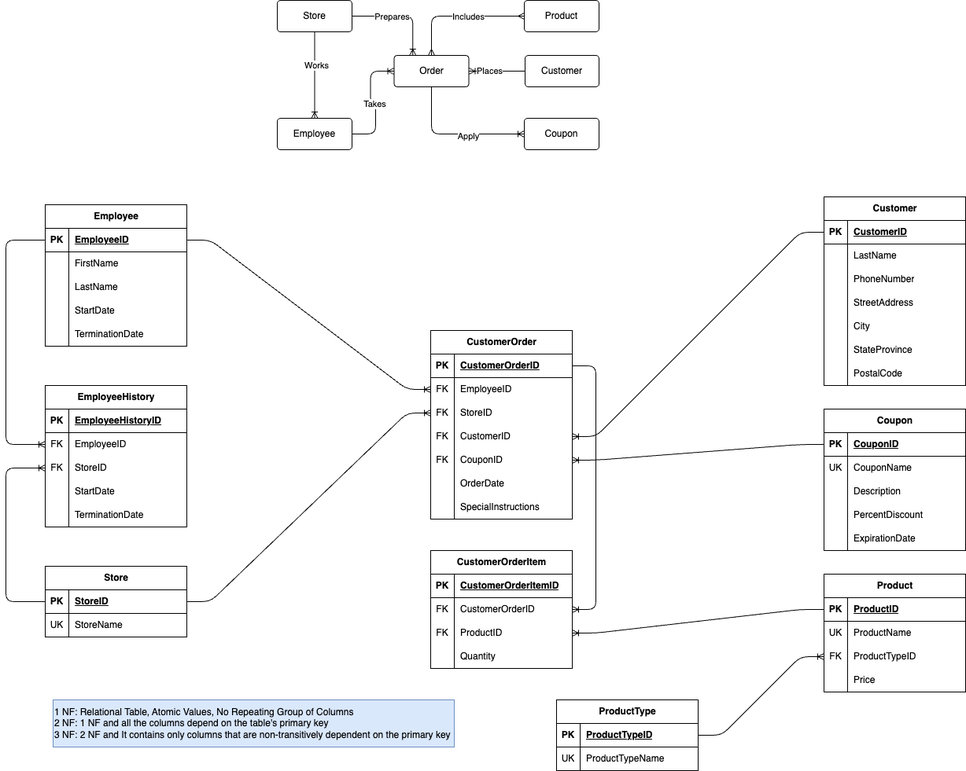
Above: DBMS_Design/Relational Database Design/ER-Diagram_PizzaStore.png in shahan360/SQL-Codes (draw.io), before the change. Source tidied: cells renumbered, new cells last; positions are measured from the earlier drawing's top-left corner, leaving out a move shared by most shapes.
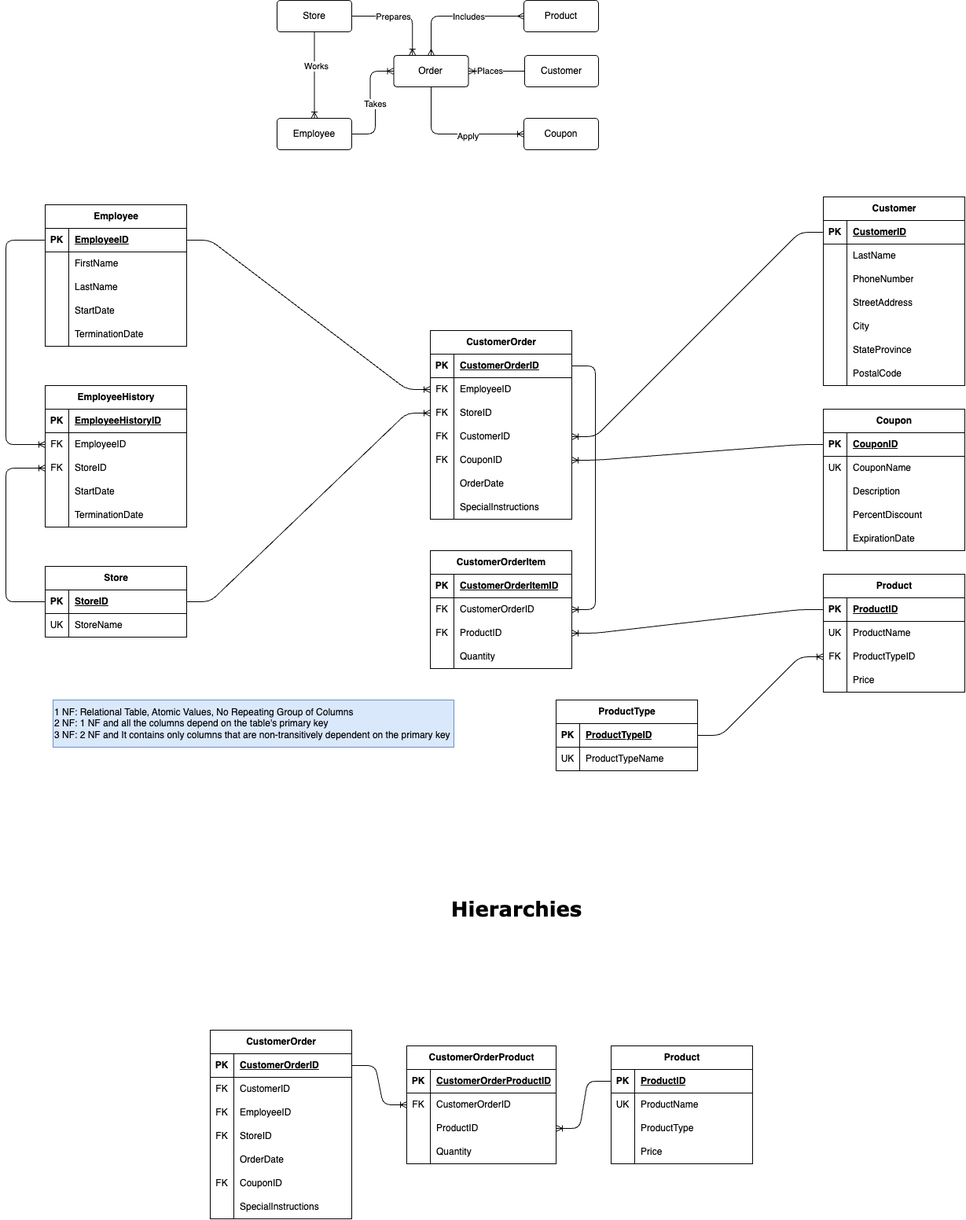
After the change.

The edit, as a diff of the source:
```diff
@@ -501,5 +501,161 @@
     <mxCell id="161" style="edgeStyle=entityRelationEdgeStyle;fontSize=12;html=1;endArrow=ERoneToMany;entryX=0;entryY=0.5;entryDx=0;entryDy=0;exitX=1;exitY=0.5;exitDx=0;exitDy=0;" parent="1" edge="1" source="155" target="92">
       <mxGeometry relative="1" as="geometry" />
     </mxCell>
+    <mxCell id="162" style="group;" parent="1" vertex="1">
+      <mxGeometry x="260" y="1310" width="690" height="240" as="geometry" />
+    </mxCell>
+    <mxCell id="163" value="CustomerOrder" style="shape=table;startSize=30;rowLines=0;fontStyle=1;align=center;html=1;" parent="162" vertex="1">
+      <mxGeometry width="180" height="240" as="geometry" />
+    </mxCell>
+    <mxCell id="164" style="shape=tableRow;horizontal=0;startSize=0;swimlaneHead=0;swimlaneBody=0;fillColor=none;points=[[0,0.5],[1,0.5]];portConstraint=eastwest;top=0;left=0;right=0;bottom=1;" parent="163" vertex="1">
+      <mxGeometry y="30" width="180" height="30" as="geometry" />
+    </mxCell>
+    <mxCell id="165" value="PK" style="shape=partialRectangle;fillColor=none;top=0;left=0;bottom=0;right=0;fontStyle=1;overflow=hidden;whiteSpace=wrap;html=1;" parent="164" vertex="1">
+      <mxGeometry width="30" height="30" as="geometry" />
+    </mxCell>
+    <mxCell id="166" value="CustomerOrderID" style="shape=partialRectangle;fillColor=none;top=0;left=0;bottom=0;right=0;align=left;spacingLeft=6;fontStyle=5;overflow=hidden;whiteSpace=wrap;html=1;" parent="164" vertex="1">
+      <mxGeometry x="30" width="150" height="30" as="geometry" />
+    </mxCell>
+    <mxCell id="167" style="shape=tableRow;horizontal=0;startSize=0;swimlaneHead=0;swimlaneBody=0;fillColor=none;top=0;left=0;right=0;bottom=0;" parent="163" vertex="1">
+      <mxGeometry y="60" width="180" height="30" as="geometry" />
+    </mxCell>
+    <mxCell id="168" value="FK" style="shape=partialRectangle;fillColor=none;top=0;left=0;bottom=0;right=0;overflow=hidden;whiteSpace=wrap;html=1;" parent="167" vertex="1">
+      <mxGeometry width="30" height="30" as="geometry" />
+    </mxCell>
+    <mxCell id="169" value="CustomerID" style="shape=partialRectangle;fillColor=none;top=0;left=0;bottom=0;right=0;align=left;spacingLeft=6;overflow=hidden;whiteSpace=wrap;html=1;" parent="167" vertex="1">
+      <mxGeometry x="30" width="150" height="30" as="geometry" />
+    </mxCell>
+    <mxCell id="170" style="shape=tableRow;horizontal=0;startSize=0;swimlaneHead=0;swimlaneBody=0;fillColor=none;top=0;left=0;right=0;bottom=0;" parent="163" vertex="1">
+      <mxGeometry y="90" width="180" height="30" as="geometry" />
+    </mxCell>
+    <mxCell id="171" value="FK" style="shape=partialRectangle;fillColor=none;top=0;left=0;bottom=0;right=0;overflow=hidden;whiteSpace=wrap;html=1;" parent="170" vertex="1">
+      <mxGeometry width="30" height="30" as="geometry" />
+    </mxCell>
+    <mxCell id="172" value="EmployeeID" style="shape=partialRectangle;fillColor=none;top=0;left=0;bottom=0;right=0;align=left;spacingLeft=6;overflow=hidden;whiteSpace=wrap;html=1;" parent="170" vertex="1">
+      <mxGeometry x="30" width="150" height="30" as="geometry" />
+    </mxCell>
+    <mxCell id="173" style="shape=tableRow;horizontal=0;startSize=0;swimlaneHead=0;swimlaneBody=0;fillColor=none;top=0;left=0;right=0;bottom=0;" parent="163" vertex="1">
+      <mxGeometry y="120" width="180" height="30" as="geometry" />
+    </mxCell>
+    <mxCell id="174" value="FK" style="shape=partialRectangle;fillColor=none;top=0;left=0;bottom=0;right=0;overflow=hidden;whiteSpace=wrap;html=1;" parent="173" vertex="1">
+      <mxGeometry width="30" height="30" as="geometry" />
+    </mxCell>
+    <mxCell id="175" value="StoreID" style="shape=partialRectangle;fillColor=none;top=0;left=0;bottom=0;right=0;align=left;spacingLeft=6;overflow=hidden;whiteSpace=wrap;html=1;" parent="173" vertex="1">
+      <mxGeometry x="30" width="150" height="30" as="geometry" />
+    </mxCell>
+    <mxCell id="176" style="shape=tableRow;horizontal=0;startSize=0;swimlaneHead=0;swimlaneBody=0;fillColor=none;top=0;left=0;right=0;bottom=0;" parent="163" vertex="1">
+      <mxGeometry y="150" width="180" height="30" as="geometry" />
+    </mxCell>
+    <mxCell id="177" style="shape=partialRectangle;fillColor=none;top=0;left=0;bottom=0;right=0;overflow=hidden;whiteSpace=wrap;html=1;" parent="176" vertex="1">
+      <mxGeometry width="30" height="30" as="geometry" />
+    </mxCell>
+    <mxCell id="178" value="OrderDate" style="shape=partialRectangle;fillColor=none;top=0;left=0;bottom=0;right=0;align=left;spacingLeft=6;overflow=hidden;whiteSpace=wrap;html=1;" parent="176" vertex="1">
+      <mxGeometry x="30" width="150" height="30" as="geometry" />
+    </mxCell>
+    <mxCell id="179" style="shape=tableRow;horizontal=0;startSize=0;swimlaneHead=0;swimlaneBody=0;fillColor=none;top=0;left=0;right=0;bottom=0;" parent="163" vertex="1">
+      <mxGeometry y="180" width="180" height="30" as="geometry" />
+    </mxCell>
+    <mxCell id="180" value="FK" style="shape=partialRectangle;fillColor=none;top=0;left=0;bottom=0;right=0;overflow=hidden;whiteSpace=wrap;html=1;" parent="179" vertex="1">
+      <mxGeometry width="30" height="30" as="geometry" />
+    </mxCell>
+    <mxCell id="181" value="CouponID" style="shape=partialRectangle;fillColor=none;top=0;left=0;bottom=0;right=0;align=left;spacingLeft=6;overflow=hidden;whiteSpace=wrap;html=1;" parent="179" vertex="1">
+      <mxGeometry x="30" width="150" height="30" as="geometry" />
+    </mxCell>
+    <mxCell id="182" style="shape=tableRow;horizontal=0;startSize=0;swimlaneHead=0;swimlaneBody=0;fillColor=none;top=0;left=0;right=0;bottom=0;" parent="163" vertex="1">
+      <mxGeometry y="210" width="180" height="30" as="geometry" />
+    </mxCell>
+    <mxCell id="183" style="shape=partialRectangle;fillColor=none;top=0;left=0;bottom=0;right=0;overflow=hidden;whiteSpace=wrap;html=1;" parent="182" vertex="1">
+      <mxGeometry width="30" height="30" as="geometry" />
+    </mxCell>
+    <mxCell id="184" value="SpecialInstructions" style="shape=partialRectangle;fillColor=none;top=0;left=0;bottom=0;right=0;align=left;spacingLeft=6;overflow=hidden;whiteSpace=wrap;html=1;" parent="182" vertex="1">
+      <mxGeometry x="30" width="150" height="30" as="geometry" />
+    </mxCell>
+    <mxCell id="185" value="CustomerOrderProduct" style="shape=table;startSize=30;rowLines=0;fontStyle=1;align=center;html=1;" parent="162" vertex="1">
+      <mxGeometry x="250" y="20" width="190" height="150" as="geometry" />
+    </mxCell>
+    <mxCell id="186" style="shape=tableRow;horizontal=0;startSize=0;swimlaneHead=0;swimlaneBody=0;fillColor=none;top=0;left=0;right=0;bottom=1;" parent="185" vertex="1">
+      <mxGeometry y="30" width="190" height="30" as="geometry" />
+    </mxCell>
+    <mxCell id="187" value="PK" style="shape=partialRectangle;fillColor=none;top=0;left=0;bottom=0;right=0;fontStyle=1;overflow=hidden;whiteSpace=wrap;html=1;" parent="186" vertex="1">
+      <mxGeometry width="30" height="30" as="geometry" />
+    </mxCell>
+    <mxCell id="188" value="CustomerOrderProductID" style="shape=partialRectangle;fillColor=none;top=0;left=0;bottom=0;right=0;align=left;spacingLeft=6;fontStyle=5;overflow=hidden;whiteSpace=wrap;html=1;" parent="186" vertex="1">
+      <mxGeometry x="30" width="160" height="30" as="geometry" />
+    </mxCell>
+    <mxCell id="189" style="shape=tableRow;horizontal=0;startSize=0;swimlaneHead=0;swimlaneBody=0;fillColor=none;points=[[0,0.5],[1,0.5]];portConstraint=eastwest;top=0;left=0;right=0;bottom=0;" parent="185" vertex="1">
+      <mxGeometry y="60" width="190" height="30" as="geometry" />
+    </mxCell>
+    <mxCell id="190" value="FK" style="shape=partialRectangle;fillColor=none;top=0;left=0;bottom=0;right=0;overflow=hidden;whiteSpace=wrap;html=1;" parent="189" vertex="1">
+      <mxGeometry width="30" height="30" as="geometry" />
+    </mxCell>
+    <mxCell id="191" value="CustomerOrderID" style="shape=partialRectangle;fillColor=none;top=0;left=0;bottom=0;right=0;align=left;spacingLeft=6;overflow=hidden;whiteSpace=wrap;html=1;" parent="189" vertex="1">
+      <mxGeometry x="30" width="160" height="30" as="geometry" />
+    </mxCell>
+    <mxCell id="192" style="shape=tableRow;horizontal=0;startSize=0;swimlaneHead=0;swimlaneBody=0;fillColor=none;points=[[0,0.5],[1,0.5]];portConstraint=eastwest;top=0;left=0;right=0;bottom=0;" parent="185" vertex="1">
+      <mxGeometry y="90" width="190" height="30" as="geometry" />
+    </mxCell>
+    <mxCell id="193" style="shape=partialRectangle;fillColor=none;top=0;left=0;bottom=0;right=0;overflow=hidden;whiteSpace=wrap;html=1;" parent="192" vertex="1">
+      <mxGeometry width="30" height="30" as="geometry" />
+    </mxCell>
+    <mxCell id="194" value="ProductID" style="shape=partialRectangle;fillColor=none;top=0;left=0;bottom=0;right=0;align=left;spacingLeft=6;overflow=hidden;whiteSpace=wrap;html=1;" parent="192" vertex="1">
+      <mxGeometry x="30" width="160" height="30" as="geometry" />
+    </mxCell>
+    <mxCell id="195" style="shape=tableRow;horizontal=0;startSize=0;swimlaneHead=0;swimlaneBody=0;fillColor=none;top=0;left=0;right=0;bottom=0;" parent="185" vertex="1">
+      <mxGeometry y="120" width="190" height="30" as="geometry" />
+    </mxCell>
+    <mxCell id="196" style="shape=partialRectangle;fillColor=none;top=0;left=0;bottom=0;right=0;overflow=hidden;whiteSpace=wrap;html=1;" parent="195" vertex="1">
+      <mxGeometry width="30" height="30" as="geometry" />
+    </mxCell>
+    <mxCell id="197" value="Quantity" style="shape=partialRectangle;fillColor=none;top=0;left=0;bottom=0;right=0;align=left;spacingLeft=6;overflow=hidden;whiteSpace=wrap;html=1;" parent="195" vertex="1">
+      <mxGeometry x="30" width="160" height="30" as="geometry" />
+    </mxCell>
+    <mxCell id="198" value="Product" style="shape=table;startSize=30;rowLines=0;fontStyle=1;align=center;html=1;" parent="162" vertex="1">
+      <mxGeometry x="510" y="20" width="180" height="150" as="geometry" />
+    </mxCell>
+    <mxCell id="199" style="shape=tableRow;horizontal=0;startSize=0;swimlaneHead=0;swimlaneBody=0;fillColor=none;points=[[0,0.5],[1,0.5]];portConstraint=eastwest;top=0;left=0;right=0;bottom=1;" parent="198" vertex="1">
+      <mxGeometry y="30" width="180" height="30" as="geometry" />
+    </mxCell>
+    <mxCell id="200" value="PK" style="shape=partialRectangle;fillColor=none;top=0;left=0;bottom=0;right=0;fontStyle=1;overflow=hidden;whiteSpace=wrap;html=1;" parent="199" vertex="1">
+      <mxGeometry width="30" height="30" as="geometry" />
+    </mxCell>
+    <mxCell id="201" value="ProductID" style="shape=partialRectangle;fillColor=none;top=0;left=0;bottom=0;right=0;align=left;spacingLeft=6;fontStyle=5;overflow=hidden;whiteSpace=wrap;html=1;" parent="199" vertex="1">
+      <mxGeometry x="30" width="150" height="30" as="geometry" />
+    </mxCell>
+    <mxCell id="202" style="shape=tableRow;horizontal=0;startSize=0;swimlaneHead=0;swimlaneBody=0;fillColor=none;top=0;left=0;right=0;bottom=0;" parent="198" vertex="1">
+      <mxGeometry y="60" width="180" height="30" as="geometry" />
+    </mxCell>
+    <mxCell id="203" value="UK" style="shape=partialRectangle;fillColor=none;top=0;left=0;bottom=0;right=0;overflow=hidden;whiteSpace=wrap;html=1;" parent="202" vertex="1">
+      <mxGeometry width="30" height="30" as="geometry" />
+    </mxCell>
+    <mxCell id="204" value="ProductName" style="shape=partialRectangle;fillColor=none;top=0;left=0;bottom=0;right=0;align=left;spacingLeft=6;overflow=hidden;whiteSpace=wrap;html=1;" parent="202" vertex="1">
+      <mxGeometry x="30" width="150" height="30" as="geometry" />
+    </mxCell>
+    <mxCell id="205" style="shape=tableRow;horizontal=0;startSize=0;swimlaneHead=0;swimlaneBody=0;fillColor=none;top=0;left=0;right=0;bottom=0;" parent="198" vertex="1">
+      <mxGeometry y="90" width="180" height="30" as="geometry" />
+    </mxCell>
+    <mxCell id="206" style="shape=partialRectangle;fillColor=none;top=0;left=0;bottom=0;right=0;overflow=hidden;whiteSpace=wrap;html=1;" parent="205" vertex="1">
+      <mxGeometry width="30" height="30" as="geometry" />
+    </mxCell>
+    <mxCell id="207" value="ProductType" style="shape=partialRectangle;fillColor=none;top=0;left=0;bottom=0;right=0;align=left;spacingLeft=6;overflow=hidden;whiteSpace=wrap;html=1;" parent="205" vertex="1">
+      <mxGeometry x="30" width="150" height="30" as="geometry" />
+    </mxCell>
+    <mxCell id="208" style="shape=tableRow;horizontal=0;startSize=0;swimlaneHead=0;swimlaneBody=0;fillColor=none;top=0;left=0;right=0;bottom=0;" parent="198" vertex="1">
+      <mxGeometry y="120" width="180" height="30" as="geometry" />
+    </mxCell>
+    <mxCell id="209" style="shape=partialRectangle;fillColor=none;top=0;left=0;bottom=0;right=0;overflow=hidden;whiteSpace=wrap;html=1;" parent="208" vertex="1">
+      <mxGeometry width="30" height="30" as="geometry" />
+    </mxCell>
+    <mxCell id="210" value="Price" style="shape=partialRectangle;fillColor=none;top=0;left=0;bottom=0;right=0;align=left;spacingLeft=6;overflow=hidden;whiteSpace=wrap;html=1;" parent="208" vertex="1">
+      <mxGeometry x="30" width="150" height="30" as="geometry" />
+    </mxCell>
+    <mxCell id="211" style="edgeStyle=entityRelationEdgeStyle;fontSize=12;html=1;endArrow=ERoneToMany;exitX=1;exitY=0.5;exitDx=0;exitDy=0;entryX=0;entryY=0.5;entryDx=0;entryDy=0;" parent="162" edge="1" source="164" target="189">
+      <mxGeometry relative="1" as="geometry" />
+    </mxCell>
+    <mxCell id="212" style="edgeStyle=entityRelationEdgeStyle;fontSize=12;html=1;endArrow=ERoneToMany;entryX=1;entryY=0.5;entryDx=0;entryDy=0;exitX=0;exitY=0.5;exitDx=0;exitDy=0;" parent="162" edge="1" source="199" target="192">
+      <mxGeometry relative="1" as="geometry" />
+    </mxCell>
+    <mxCell id="213" value="&lt;b&gt;&lt;font face=&quot;Verdana&quot; style=&quot;font-size: 26px;&quot;&gt;Hierarchies&lt;/font&gt;&lt;/b&gt;" style="text;strokeColor=none;align=center;fillColor=none;html=1;verticalAlign=middle;whiteSpace=wrap;rounded=0;" parent="1" vertex="1">
+      <mxGeometry x="620" y="1140" width="60" height="30" as="geometry" />
+    </mxCell>
   </root>
 </mxGraphModel>
```
